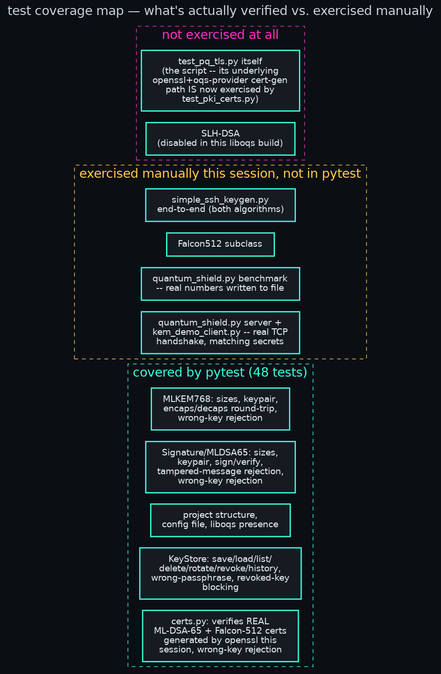
Earlier version of the Graphviz export diagrams/08-test-coverage-map.png (danindiana/quantum-shield). Its source is kept beside it as diagrams/08-test-coverage-map.dot.
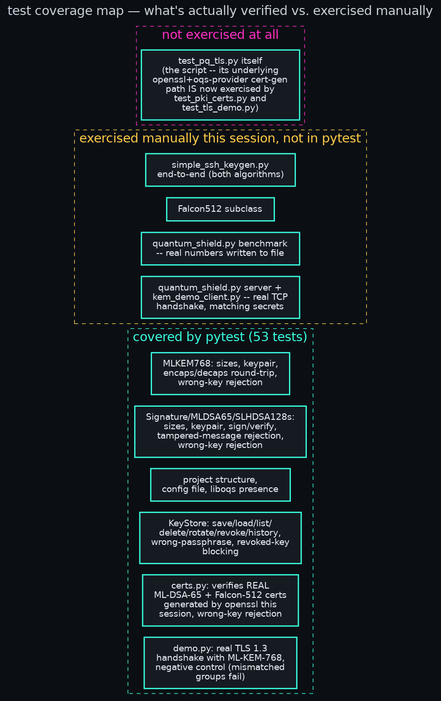
The same diagram one commit later.

The edit, as a diff of the source:
```diff
@@ -10,15 +10,16 @@
   edge [color="#8f5cff", fontcolor="#c9d1d9", fontname="Helvetica", penwidth=1.6, fontsize=11];
 
   subgraph cluster_tested {
-    label="covered by pytest (48 tests)";
+    label="covered by pytest (53 tests)";
     fontcolor="#39ffe0";
     color="#39ffe0";
     style=dashed;
     kem_tests [label="MLKEM768: sizes, keypair,\nencaps/decaps round-trip,\nwrong-key rejection", color="#39ffe0"];
-    sig_tests [label="Signature/MLDSA65: sizes,\nkeypair, sign/verify,\ntampered-message rejection,\nwrong-key rejection", color="#39ffe0"];
+    sig_tests [label="Signature/MLDSA65/SLHDSA128s:\nsizes, keypair, sign/verify,\ntampered-message rejection,\nwrong-key rejection", color="#39ffe0"];
     setup_tests [label="project structure,\nconfig file, liboqs presence"];
     kms_tests [label="KeyStore: save/load/list/\ndelete/rotate/revoke/history,\nwrong-passphrase, revoked-key\nblocking", color="#39ffe0"];
     pki_tests [label="certs.py: verifies REAL\nML-DSA-65 + Falcon-512 certs\ngenerated by openssl this\nsession, wrong-key rejection", color="#39ffe0"];
+    tls_tests [label="demo.py: real TLS 1.3\nhandshake with ML-KEM-768,\nnegative control (mismatched\ngroups fail)", color="#39ffe0"];
   }
 
   subgraph cluster_manual {
@@ -37,7 +38,6 @@
     fontcolor="#ff2ec4";
     color="#ff2ec4";
     style=dashed;
-    tls [label="test_pq_tls.py itself\n(the script -- its underlying\nopenssl+oqs-provider cert-gen\npath IS now exercised by\ntest_pki_certs.py)"];
-    slhdsa [label="SLH-DSA\n(disabled in this liboqs build)"];
+    tlstest [label="test_pq_tls.py itself\n(the script -- its underlying\nopenssl+oqs-provider cert-gen\npath IS now exercised by\ntest_pki_certs.py and\ntest_tls_demo.py)"];
   }
 }
```
